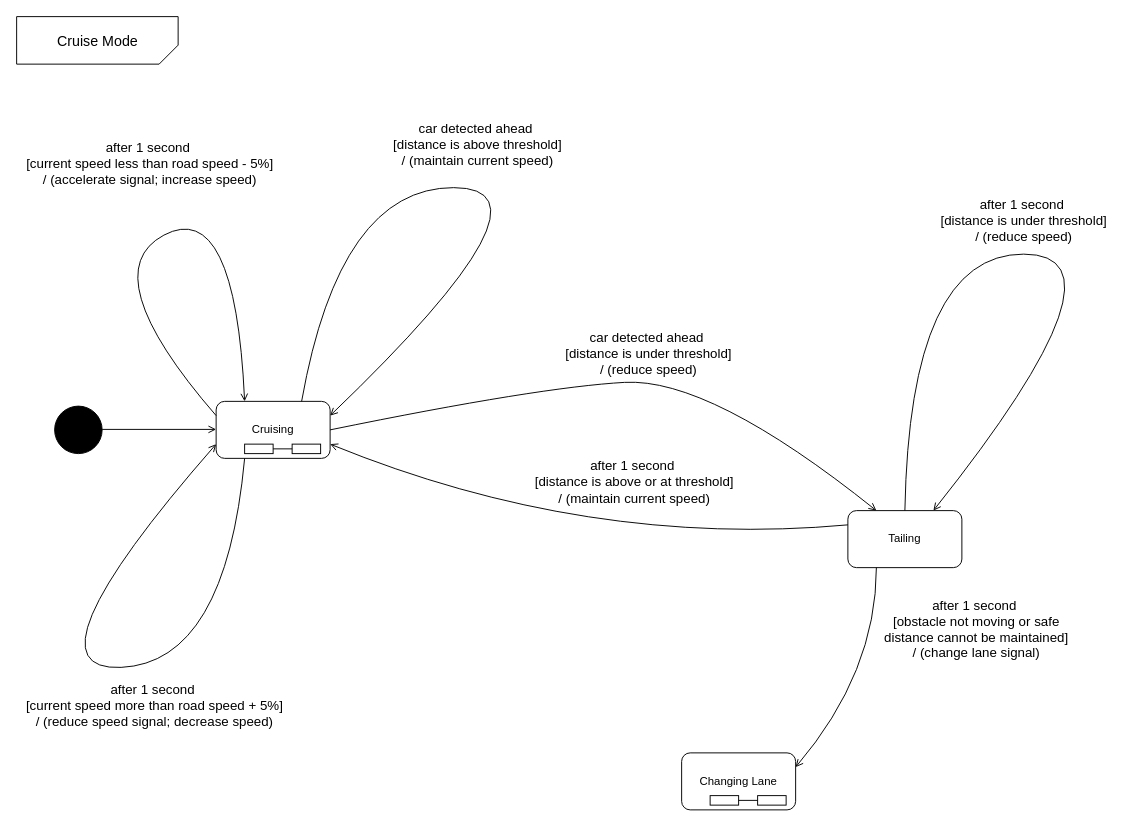
The draw.io diagram page "cruise mode" (3 of 5) of state-diagram.drawio in gordonpn/soen331-assignment2, before the edit. Source tidied: cells renumbered, new cells numbered last; positions are measured from the earlier drawing's top-left corner, leaving out a move shared by most shapes. Both pictures are drawn from the tidied source at 95%, with x=0, y=0 at pixel (16, 16).
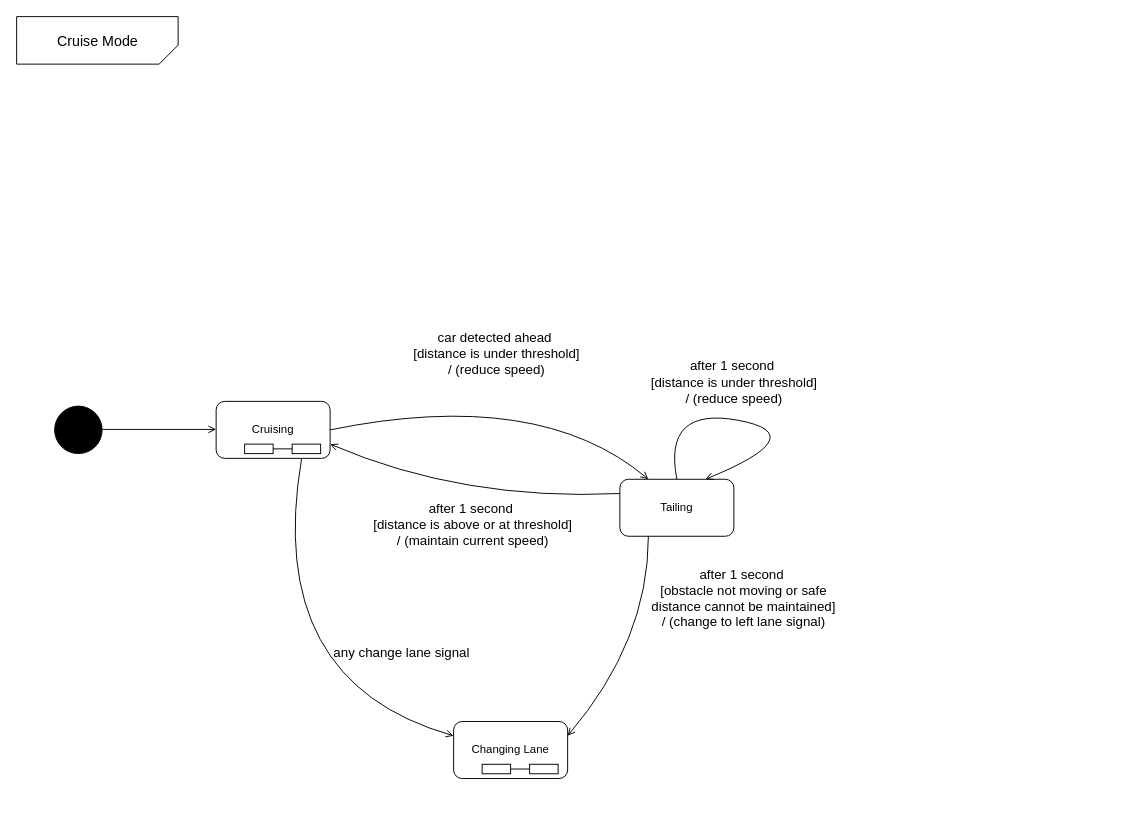
After the change.

The change refers to these unchanged cells:
```xml
<mxCell id="6" value="Cruising" style="rounded=1;whiteSpace=wrap;html=1;shadow=0;strokeColor=#000000;fillColor=#FFFFFF;align=center;" parent="1" vertex="1">
  <mxGeometry x="210" y="405" width="120" height="60" as="geometry" />
</mxCell>
```

Diff of the diagram source:
```diff
@@
     <mxCell id="7" value="Tailing" style="rounded=1;whiteSpace=wrap;html=1;shadow=0;strokeColor=#000000;fillColor=#FFFFFF;align=center;" parent="1" vertex="1">
-      <mxGeometry x="875" y="520" width="120" height="60" as="geometry" />
+      <mxGeometry x="635" y="487" width="120" height="60" as="geometry" />
     </mxCell>
     <mxCell id="8" value="Changing Lane" style="rounded=1;whiteSpace=wrap;html=1;shadow=0;strokeColor=#000000;fillColor=#FFFFFF;align=center;" parent="1" vertex="1">
-      <mxGeometry x="700" y="775" width="120" height="60" as="geometry" />
+      <mxGeometry x="460" y="742" width="120" height="60" as="geometry" />
     </mxCell>
-    <mxCell id="9" style="curved=1;endArrow=open;html=1;entryX=0.25;entryY=0;entryDx=0;entryDy=0;exitX=0;exitY=0.25;exitDx=0;exitDy=0;endFill=0;" parent="1" edge="1" source="6" target="6">
-      <mxGeometry relative="1" as="geometry">
-        <Array as="points">
-          <mxPoint x="80" y="270" />
-          <mxPoint x="230" y="190" />
-        </Array>
-      </mxGeometry>
-    </mxCell>
-    <mxCell id="10" value="&lt;font style=&quot;font-size: 14px&quot;&gt;after 1 second&amp;nbsp;&lt;br&gt;[current speed less than road speed - 5%] &lt;br&gt;/ (accelerate signal; increase speed)&lt;/font&gt;" style="text;html=1;align=center;verticalAlign=middle;" parent="1" vertex="1">
-      <mxGeometry y="130" width="280" height="50" as="geometry" />
-    </mxCell>
-    <mxCell id="11" style="curved=1;endArrow=open;html=1;entryX=0;entryY=0.75;entryDx=0;entryDy=0;exitX=0.25;exitY=1;exitDx=0;exitDy=0;endFill=0;" parent="1" edge="1" source="6" target="6">
-      <mxGeometry relative="1" as="geometry">
-        <Array as="points">
-          <mxPoint x="220" y="680" />
-          <mxPoint y="690" />
-        </Array>
-      </mxGeometry>
-    </mxCell>
-    <mxCell id="12" value="&lt;font style=&quot;font-size: 14px&quot;&gt;after 1 second&amp;nbsp;&lt;br&gt;[current speed more than road speed + 5%] &lt;br&gt;/ (reduce speed signal; decrease speed)&lt;/font&gt;" style="text;html=1;align=center;verticalAlign=middle;" parent="1" vertex="1">
-      <mxGeometry y="700" width="290" height="50" as="geometry" />
-    </mxCell>
-    <mxCell id="13" style="curved=1;endArrow=open;html=1;entryX=1;entryY=0.25;entryDx=0;entryDy=0;exitX=0.75;exitY=0;exitDx=0;exitDy=0;endFill=0;" parent="1" edge="1" source="6" target="6">
-      <mxGeometry relative="1" as="geometry">
-        <Array as="points">
-          <mxPoint x="340" y="180" />
-          <mxPoint x="580" y="180" />
-        </Array>
-      </mxGeometry>
-    </mxCell>
-    <mxCell id="14" value="&lt;font style=&quot;font-size: 14px&quot;&gt;car detected ahead&amp;nbsp;&lt;br&gt;[distance is above threshold] &lt;br&gt;/ (maintain current speed)&lt;/font&gt;" style="text;html=1;align=center;verticalAlign=middle;" parent="1" vertex="1">
-      <mxGeometry x="390" y="110" width="190" height="50" as="geometry" />
-    </mxCell>
     <mxCell id="15" style="curved=1;endArrow=open;html=1;entryX=0.25;entryY=0;entryDx=0;entryDy=0;exitX=1;exitY=0.5;exitDx=0;exitDy=0;endFill=0;" parent="1" edge="1" source="6" target="7">
       <mxGeometry relative="1" as="geometry">
         <Array as="points">
           <mxPoint x="550" y="390" />
-          <mxPoint x="730" y="380" />
         </Array>
       </mxGeometry>
     </mxCell>
     <mxCell id="16" value="&lt;font style=&quot;font-size: 14px&quot;&gt;car detected ahead&amp;nbsp;&lt;br&gt;[distance is under threshold] &lt;br&gt;/ (reduce speed)&lt;/font&gt;" style="text;html=1;align=center;verticalAlign=middle;" parent="1" vertex="1">
-      <mxGeometry x="570" y="330" width="190" height="50" as="geometry" />
+      <mxGeometry x="410" y="330" width="190" height="50" as="geometry" />
     </mxCell>
     <mxCell id="17" style="curved=1;endArrow=open;html=1;entryX=0.75;entryY=0;entryDx=0;entryDy=0;exitX=0.5;exitY=0;exitDx=0;exitDy=0;endFill=0;" parent="1" edge="1" source="7" target="7">
       <mxGeometry relative="1" as="geometry">
         <Array as="points">
-          <mxPoint x="940" y="250" />
-          <mxPoint x="1180" y="250" />
+          <mxPoint x="680" y="410" />
+          <mxPoint x="840" y="440" />
         </Array>
       </mxGeometry>
     </mxCell>
     <mxCell id="18" value="&lt;font style=&quot;font-size: 14px&quot;&gt;after 1 second&amp;nbsp;&lt;br&gt;[distance is under threshold] &lt;br&gt;/ (reduce speed)&lt;/font&gt;" style="text;html=1;align=center;verticalAlign=middle;" parent="1" vertex="1">
-      <mxGeometry x="965" y="190" width="190" height="50" as="geometry" />
+      <mxGeometry x="660" y="360" width="190" height="50" as="geometry" />
     </mxCell>
     <mxCell id="19" style="curved=1;endArrow=open;html=1;entryX=1;entryY=0.75;entryDx=0;entryDy=0;exitX=0;exitY=0.25;exitDx=0;exitDy=0;endFill=0;" parent="1" edge="1" source="7" target="6">
       <mxGeometry relative="1" as="geometry">
         <Array as="points">
-          <mxPoint x="600" y="560" />
+          <mxPoint x="470" y="510" />
         </Array>
       </mxGeometry>
     </mxCell>
     <mxCell id="20" value="&lt;font style=&quot;font-size: 14px&quot;&gt;after 1 second&amp;nbsp;&lt;br&gt;[distance is above or at threshold] &lt;br&gt;/ (maintain current speed)&lt;/font&gt;" style="text;html=1;align=center;verticalAlign=middle;" parent="1" vertex="1">
-      <mxGeometry x="540" y="465" width="220" height="50" as="geometry" />
+      <mxGeometry x="370" y="510" width="220" height="50" as="geometry" />
     </mxCell>
     <mxCell id="21" style="curved=1;endArrow=open;html=1;entryX=1;entryY=0.25;entryDx=0;entryDy=0;exitX=0.25;exitY=1;exitDx=0;exitDy=0;endFill=0;" parent="1" edge="1" source="7" target="8">
       <mxGeometry relative="1" as="geometry">
         <Array as="points">
-          <mxPoint x="905" y="690" />
+          <mxPoint x="665" y="657" />
         </Array>
       </mxGeometry>
     </mxCell>
-    <mxCell id="22" value="&lt;font style=&quot;font-size: 14px&quot;&gt;after 1 second&amp;nbsp;&lt;br&gt;[obstacle not moving or safe &lt;br&gt;distance cannot be maintained] &lt;br&gt;/ (change lane signal)&lt;/font&gt;" style="text;html=1;align=center;verticalAlign=middle;" parent="1" vertex="1">
-      <mxGeometry x="905" y="610" width="210" height="70" as="geometry" />
+    <mxCell id="22" value="&lt;font style=&quot;font-size: 14px&quot;&gt;after 1 second&amp;nbsp;&lt;br&gt;[obstacle not moving or safe &lt;br&gt;distance cannot be maintained] &lt;br&gt;/ (change to left lane signal)&lt;/font&gt;" style="text;html=1;align=center;verticalAlign=middle;" parent="1" vertex="1">
+      <mxGeometry x="660" y="577" width="210" height="70" as="geometry" />
     </mxCell>
@@
     <mxCell id="26" style="rounded=0;whiteSpace=wrap;html=1;shadow=0;strokeColor=#000000;fillColor=#FFFFFF;align=center;" parent="1" vertex="1">
-      <mxGeometry x="730" y="820" width="30" height="10" as="geometry" />
+      <mxGeometry x="490" y="787" width="30" height="10" as="geometry" />
     </mxCell>
     <mxCell id="27" style="rounded=0;whiteSpace=wrap;html=1;shadow=0;strokeColor=#000000;fillColor=#FFFFFF;align=center;" parent="1" vertex="1">
-      <mxGeometry x="780" y="820" width="30" height="10" as="geometry" />
+      <mxGeometry x="540" y="787" width="30" height="10" as="geometry" />
     </mxCell>
@@
+    <mxCell id="29" style="curved=1;endArrow=open;html=1;entryX=0;entryY=0.25;entryDx=0;entryDy=0;exitX=0.75;exitY=1;exitDx=0;exitDy=0;endFill=0;" parent="1" edge="1" source="6" target="8">
+      <mxGeometry relative="1" as="geometry">
+        <Array as="points">
+          <mxPoint x="260" y="700" />
+        </Array>
+      </mxGeometry>
+    </mxCell>
+    <mxCell id="30" value="&lt;font style=&quot;font-size: 14px&quot;&gt;any change lane signal&lt;/font&gt;" style="text;html=1;align=center;verticalAlign=middle;" parent="1" vertex="1">
+      <mxGeometry x="325" y="660" width="160" height="20" as="geometry" />
+    </mxCell>
```
